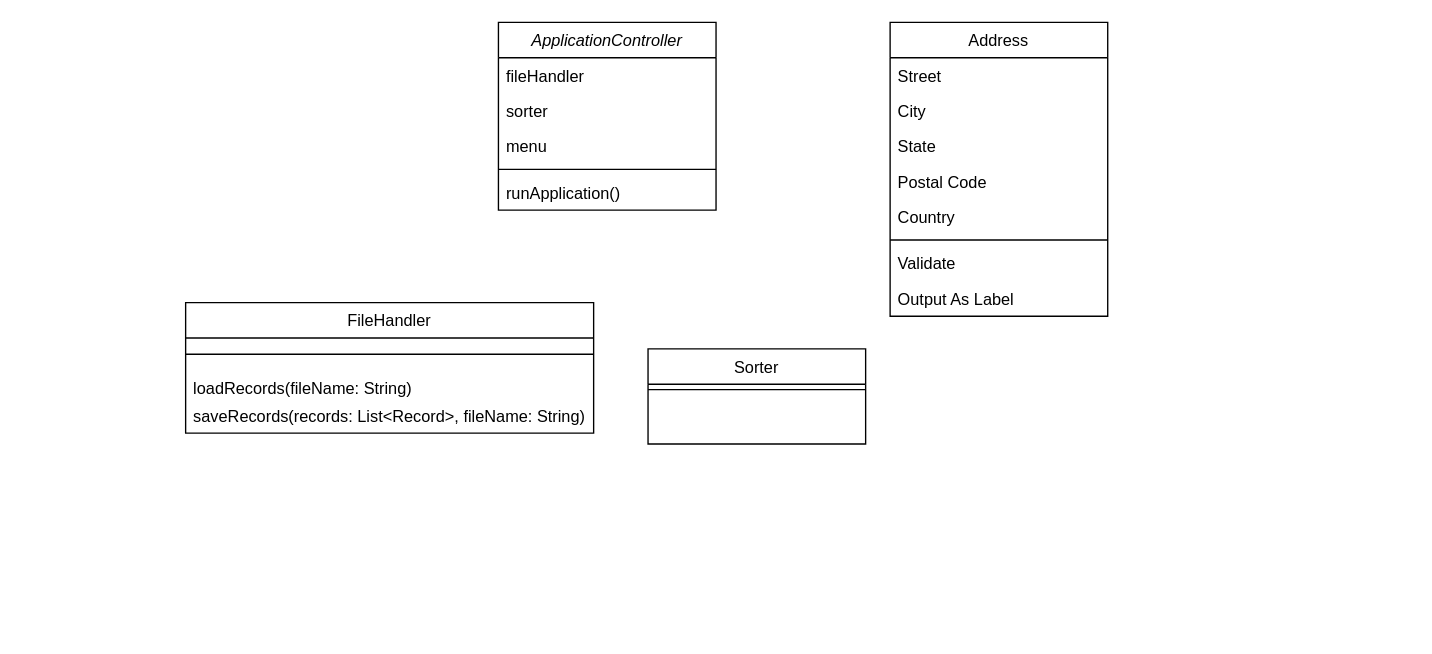
The draw.io diagram 2330 Part 1.drawio in olatif04/UML, before the edit. Source tidied: cells renumbered, new cells numbered last; positions are measured from the earlier drawing's top-left corner, leaving out a move shared by most shapes. Both pictures are drawn from the tidied source at 136%, with x=0, y=0 at pixel (185, 22).
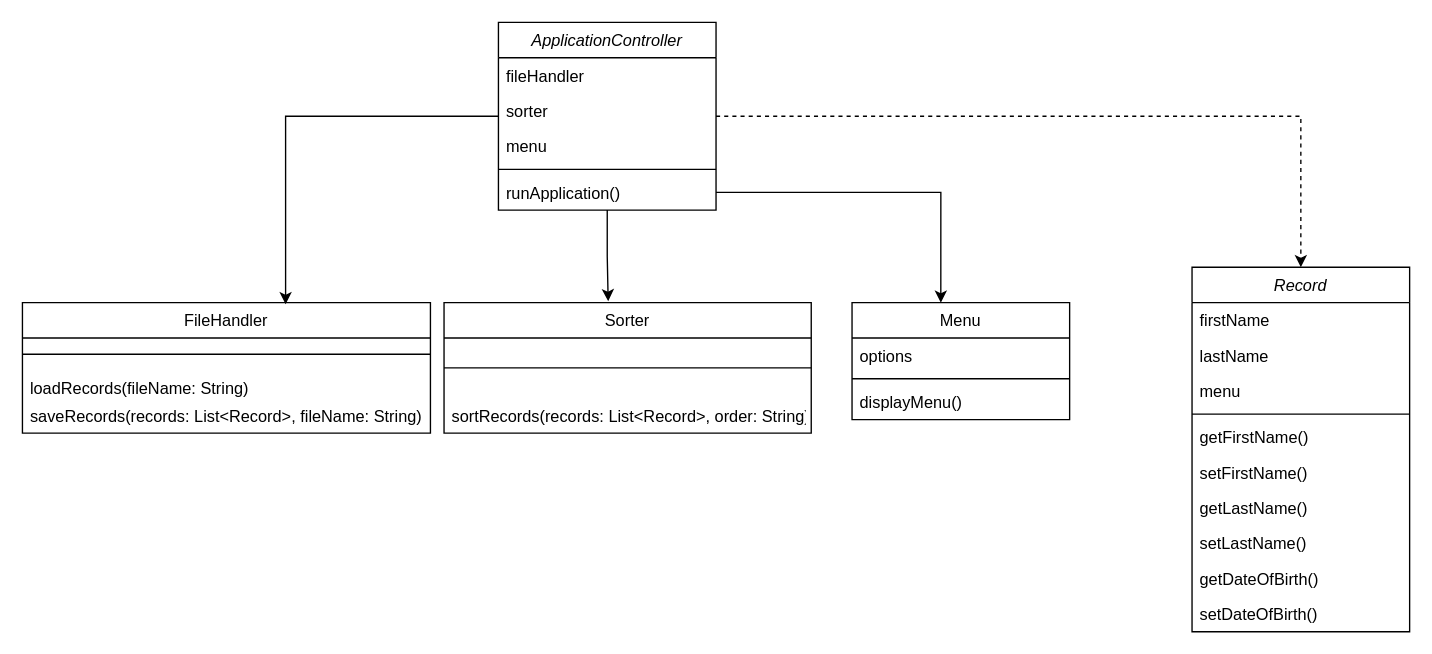
The same diagram, later.

The change refers to these unchanged cells:
```xml
<mxCell id="2" value="ApplicationController" style="swimlane;fontStyle=2;align=center;verticalAlign=top;horizontal=1;startSize=26;rounded=0;shadow=0;strokeWidth=1;" parent="1" vertex="1">
  <mxGeometry x="230" width="160" height="138" as="geometry" />
</mxCell>
<mxCell id="7" value="runApplication()" style="text;align=left;verticalAlign=top;spacingLeft=4;spacingRight=4;overflow=hidden;points=[[0,0.5],[1,0.5]];portConstraint=eastwest;" parent="2" vertex="1">
  <mxGeometry y="112" width="160" height="26" as="geometry" />
</mxCell>
```

The edit, as a diff of the source:
```diff
@@
+    <mxCell id="23" style="edgeStyle=orthogonalEdgeStyle;rounded=0;jettySize=auto;html=1;entryX=0.5;entryY=0;entryDx=0;entryDy=0;dashed=1;" parent="1" edge="1" source="2" target="25">
+      <mxGeometry relative="1" as="geometry" />
+    </mxCell>
@@
     <mxCell id="8" value="FileHandler" style="swimlane;fontStyle=0;align=center;verticalAlign=top;horizontal=1;startSize=26;rounded=0;shadow=0;strokeWidth=1;" parent="1" vertex="1">
-      <mxGeometry y="206" width="300" height="96" as="geometry" />
+      <mxGeometry x="-120" y="206" width="300" height="96" as="geometry" />
     </mxCell>
@@
     <mxCell id="12" value="Sorter" style="swimlane;fontStyle=0;align=center;verticalAlign=top;horizontal=1;startSize=26;rounded=0;shadow=0;strokeWidth=1;" parent="1" vertex="1">
-      <mxGeometry x="340" y="240" width="160" height="70" as="geometry" />
+      <mxGeometry x="190" y="206" width="270" height="96" as="geometry" />
     </mxCell>
     <mxCell id="13" style="line;html=1;strokeWidth=1;align=left;verticalAlign=middle;spacingTop=-1;spacingLeft=3;spacingRight=3;labelPosition=right;" parent="12" vertex="1">
-      <mxGeometry y="26" width="160" height="8" as="geometry" />
+      <mxGeometry y="26" width="270" height="44" as="geometry" />
     </mxCell>
+    <mxCell id="24" value="sortRecords(records: List&lt;Record&gt;, order: String)" style="text;align=left;verticalAlign=top;spacingLeft=4;spacingRight=4;overflow=hidden;" parent="12" vertex="1">
+      <mxGeometry y="70" width="270" height="26" as="geometry" />
+    </mxCell>
-    <mxCell id="14" value="Address" style="swimlane;fontStyle=0;align=center;verticalAlign=top;horizontal=1;startSize=26;rounded=0;shadow=0;strokeWidth=1;" parent="1" vertex="1">
-      <mxGeometry x="518" width="160" height="216" as="geometry" />
+    <mxCell id="14" value="Menu" style="swimlane;fontStyle=0;align=center;verticalAlign=top;horizontal=1;startSize=26;rounded=0;shadow=0;strokeWidth=1;" parent="1" vertex="1">
+      <mxGeometry x="490" y="206" width="160" height="86" as="geometry" />
     </mxCell>
-    <mxCell id="15" value="Street" style="text;align=left;verticalAlign=top;spacingLeft=4;spacingRight=4;overflow=hidden;" parent="14" vertex="1">
+    <mxCell id="15" value="options" style="text;align=left;verticalAlign=top;spacingLeft=4;spacingRight=4;overflow=hidden;" parent="14" vertex="1">
       <mxGeometry y="26" width="160" height="26" as="geometry" />
     </mxCell>
-    <mxCell id="16" value="City" style="text;align=left;verticalAlign=top;spacingLeft=4;spacingRight=4;overflow=hidden;rounded=0;shadow=0;html=0;" parent="14" vertex="1">
-      <mxGeometry y="52" width="160" height="26" as="geometry" />
-    </mxCell>
-    <mxCell id="17" value="State" style="text;align=left;verticalAlign=top;spacingLeft=4;spacingRight=4;overflow=hidden;rounded=0;shadow=0;html=0;" parent="14" vertex="1">
-      <mxGeometry y="78" width="160" height="26" as="geometry" />
-    </mxCell>
-    <mxCell id="18" value="Postal Code" style="text;align=left;verticalAlign=top;spacingLeft=4;spacingRight=4;overflow=hidden;rounded=0;shadow=0;html=0;" parent="14" vertex="1">
-      <mxGeometry y="104" width="160" height="26" as="geometry" />
-    </mxCell>
-    <mxCell id="19" value="Country" style="text;align=left;verticalAlign=top;spacingLeft=4;spacingRight=4;overflow=hidden;rounded=0;shadow=0;html=0;" parent="14" vertex="1">
-      <mxGeometry y="130" width="160" height="26" as="geometry" />
-    </mxCell>
     <mxCell id="20" style="line;html=1;strokeWidth=1;align=left;verticalAlign=middle;spacingTop=-1;spacingLeft=3;spacingRight=3;labelPosition=right;" parent="14" vertex="1">
-      <mxGeometry y="156" width="160" height="8" as="geometry" />
+      <mxGeometry y="52" width="160" height="8" as="geometry" />
     </mxCell>
-    <mxCell id="21" value="Validate" style="text;align=left;verticalAlign=top;spacingLeft=4;spacingRight=4;overflow=hidden;" parent="14" vertex="1">
-      <mxGeometry y="164" width="160" height="26" as="geometry" />
+    <mxCell id="21" value="displayMenu()" style="text;align=left;verticalAlign=top;spacingLeft=4;spacingRight=4;overflow=hidden;" parent="14" vertex="1">
+      <mxGeometry y="60" width="160" height="26" as="geometry" />
     </mxCell>
-    <mxCell id="22" value="Output As Label" style="text;align=left;verticalAlign=top;spacingLeft=4;spacingRight=4;overflow=hidden;" parent="14" vertex="1">
-      <mxGeometry y="190" width="160" height="26" as="geometry" />
-    </mxCell>
+    <mxCell id="25" value="Record" style="swimlane;fontStyle=2;align=center;verticalAlign=top;horizontal=1;startSize=26;rounded=0;shadow=0;strokeWidth=1;" parent="1" vertex="1">
+      <mxGeometry x="740" y="180" width="160" height="268" as="geometry" />
+    </mxCell>
+    <mxCell id="26" value="firstName" style="text;align=left;verticalAlign=top;spacingLeft=4;spacingRight=4;overflow=hidden;" parent="25" vertex="1">
+      <mxGeometry y="26" width="160" height="26" as="geometry" />
+    </mxCell>
+    <mxCell id="27" value="lastName" style="text;align=left;verticalAlign=top;spacingLeft=4;spacingRight=4;overflow=hidden;rounded=0;shadow=0;html=0;" parent="25" vertex="1">
+      <mxGeometry y="52" width="160" height="26" as="geometry" />
+    </mxCell>
+    <mxCell id="28" value="menu" style="text;align=left;verticalAlign=top;spacingLeft=4;spacingRight=4;overflow=hidden;rounded=0;shadow=0;html=0;" parent="25" vertex="1">
+      <mxGeometry y="78" width="160" height="26" as="geometry" />
+    </mxCell>
+    <mxCell id="29" style="line;html=1;strokeWidth=1;align=left;verticalAlign=middle;spacingTop=-1;spacingLeft=3;spacingRight=3;labelPosition=right;" parent="25" vertex="1">
+      <mxGeometry y="104" width="160" height="8" as="geometry" />
+    </mxCell>
+    <mxCell id="30" value="getFirstName()" style="text;align=left;verticalAlign=top;spacingLeft=4;spacingRight=4;overflow=hidden;" parent="25" vertex="1">
+      <mxGeometry y="112" width="160" height="26" as="geometry" />
+    </mxCell>
+    <mxCell id="31" value="setFirstName()" style="text;align=left;verticalAlign=top;spacingLeft=4;spacingRight=4;overflow=hidden;" parent="25" vertex="1">
+      <mxGeometry y="138" width="160" height="26" as="geometry" />
+    </mxCell>
+    <mxCell id="32" value="getLastName()" style="text;align=left;verticalAlign=top;spacingLeft=4;spacingRight=4;overflow=hidden;" parent="25" vertex="1">
+      <mxGeometry y="164" width="160" height="26" as="geometry" />
+    </mxCell>
+    <mxCell id="33" value="setLastName()" style="text;align=left;verticalAlign=top;spacingLeft=4;spacingRight=4;overflow=hidden;" parent="25" vertex="1">
+      <mxGeometry y="190" width="160" height="26" as="geometry" />
+    </mxCell>
+    <mxCell id="34" value="getDateOfBirth()" style="text;align=left;verticalAlign=top;spacingLeft=4;spacingRight=4;overflow=hidden;" parent="25" vertex="1">
+      <mxGeometry y="216" width="160" height="26" as="geometry" />
+    </mxCell>
+    <mxCell id="35" value="setDateOfBirth()" style="text;align=left;verticalAlign=top;spacingLeft=4;spacingRight=4;overflow=hidden;" parent="25" vertex="1">
+      <mxGeometry y="242" width="160" height="26" as="geometry" />
+    </mxCell>
+    <mxCell id="36" style="edgeStyle=orthogonalEdgeStyle;rounded=0;jettySize=auto;html=1;entryX=0.645;entryY=0.013;entryDx=0;entryDy=0;entryPerimeter=0;" parent="1" edge="1" source="2" target="8">
+      <mxGeometry relative="1" as="geometry" />
+    </mxCell>
+    <mxCell id="37" style="edgeStyle=orthogonalEdgeStyle;rounded=0;jettySize=auto;html=1;entryX=0.447;entryY=-0.01;entryDx=0;entryDy=0;entryPerimeter=0;" parent="1" edge="1" source="2" target="12">
+      <mxGeometry relative="1" as="geometry" />
+    </mxCell>
+    <mxCell id="38" style="edgeStyle=orthogonalEdgeStyle;rounded=0;jettySize=auto;html=1;exitX=1;exitY=0.5;exitDx=0;exitDy=0;entryX=0.408;entryY=0.002;entryDx=0;entryDy=0;entryPerimeter=0;" parent="1" edge="1" source="7" target="14">
+      <mxGeometry relative="1" as="geometry" />
+    </mxCell>
```
